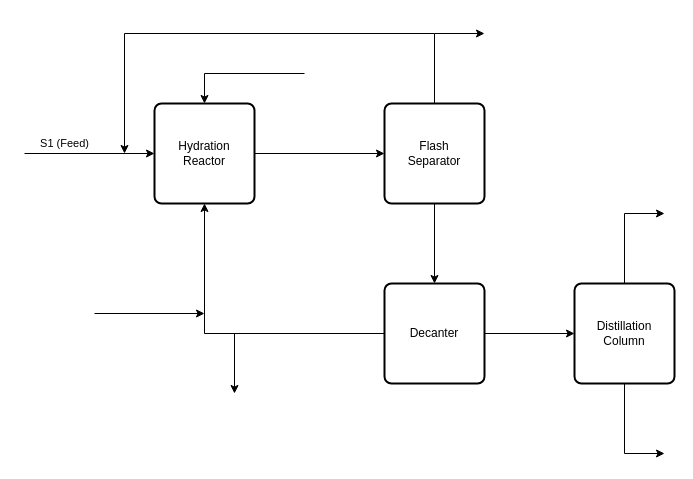
This is Untitled Diagram.drawio from MananMohnot/DesignLab1CFD, a draw.io file, before an edit. Source tidied: cells renumbered, new cells numbered last; positions are measured from the earlier drawing's top-left corner, leaving out a move shared by most shapes. Both pictures are drawn from the tidied source at 100%, with x=0, y=0 at pixel (24, 33).
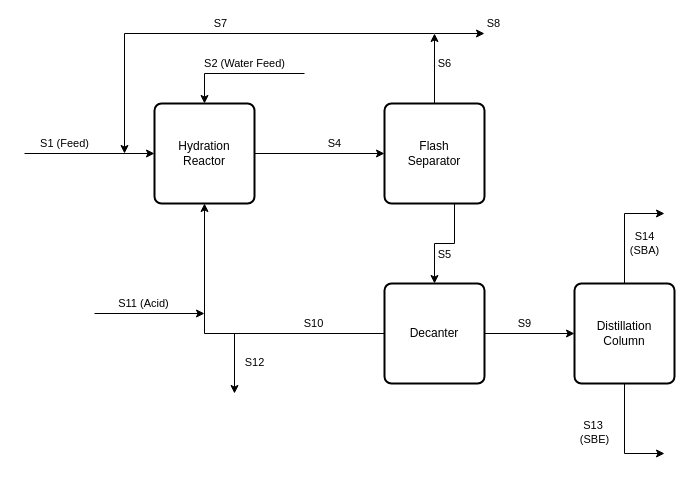
The same diagram, later.

The change refers to these unchanged cells:
```xml
<mxCell id="3" value="Hydration &lt;br&gt;Reactor" style="rounded=1;whiteSpace=wrap;html=1;absoluteArcSize=1;arcSize=14;strokeWidth=2;" parent="1" vertex="1">
  <mxGeometry x="130" y="70" width="100" height="100" as="geometry" />
</mxCell>
<mxCell id="6" value="Flash&lt;br&gt;Separator" style="rounded=1;whiteSpace=wrap;html=1;absoluteArcSize=1;arcSize=14;strokeWidth=2;" parent="1" vertex="1">
  <mxGeometry x="360" y="70" width="100" height="100" as="geometry" />
</mxCell>
<mxCell id="9" value="Decanter" style="rounded=1;whiteSpace=wrap;html=1;absoluteArcSize=1;arcSize=14;strokeWidth=2;" parent="1" vertex="1">
  <mxGeometry x="360" y="250" width="100" height="100" as="geometry" />
</mxCell>
<mxCell id="11" value="Distillation&lt;br&gt;Column" style="rounded=1;whiteSpace=wrap;html=1;absoluteArcSize=1;arcSize=14;strokeWidth=2;" parent="1" vertex="1">
  <mxGeometry x="550" y="250" width="100" height="100" as="geometry" />
</mxCell>
```

What changed in the source:
```diff
@@
-    <mxCell id="2" style="edgeStyle=orthogonalEdgeStyle;rounded=0;jettySize=auto;html=1;entryX=0;entryY=0.5;entryDx=0;entryDy=0;" parent="1" edge="1" source="3" target="6">
-      <mxGeometry relative="1" as="geometry" />
+    <mxCell id="2" value="S4" style="edgeStyle=orthogonalEdgeStyle;rounded=0;jettySize=auto;html=1;entryX=0;entryY=0.5;entryDx=0;entryDy=0;" parent="1" edge="1" source="3" target="6">
+      <mxGeometry x="0.23" y="10" relative="1" as="geometry" />
     </mxCell>
@@
-    <mxCell id="4" style="edgeStyle=orthogonalEdgeStyle;rounded=0;jettySize=auto;html=1;entryX=0.5;entryY=0;entryDx=0;entryDy=0;" parent="1" edge="1" source="6" target="9">
-      <mxGeometry relative="1" as="geometry" />
+    <mxCell id="4" value="S5" style="edgeStyle=orthogonalEdgeStyle;rounded=0;jettySize=auto;html=1;entryX=0.5;entryY=0;entryDx=0;entryDy=0;" parent="1" edge="1" source="6" target="9">
+      <mxGeometry x="0.4" y="10" relative="1" as="geometry">
+        <Array as="points">
+          <mxPoint x="430" y="210" />
+          <mxPoint x="410" y="210" />
+        </Array>
+        <mxPoint y="1" as="offset" />
+      </mxGeometry>
     </mxCell>
-    <mxCell id="5" style="edgeStyle=none;rounded=0;jettySize=auto;html=1;" parent="1" edge="1" source="6">
-      <mxGeometry relative="1" as="geometry">
+    <mxCell id="5" value="S7" style="edgeStyle=none;rounded=0;orthogonalLoop=1;jettySize=auto;html=1;" parent="1" edge="1">
+      <mxGeometry y="-10" relative="1" as="geometry">
+        <mxPoint x="410" as="sourcePoint" />
         <mxPoint x="100" y="120" as="targetPoint" />
         <Array as="points">
           <mxPoint x="410" />
           <mxPoint x="100" />
         </Array>
+        <mxPoint x="1" as="offset" />
       </mxGeometry>
     </mxCell>
+    <mxCell id="18" value="S6" style="edgeStyle=none;rounded=0;jettySize=auto;html=1;" parent="1" edge="1" source="6">
+      <mxGeometry x="0.14" y="-10" relative="1" as="geometry">
+        <mxPoint x="410" as="targetPoint" />
+      </mxGeometry>
+    </mxCell>
@@
-    <mxCell id="7" style="edgeStyle=orthogonalEdgeStyle;rounded=0;jettySize=auto;html=1;entryX=0;entryY=0.5;entryDx=0;entryDy=0;" parent="1" edge="1" source="9" target="11">
-      <mxGeometry relative="1" as="geometry" />
+    <mxCell id="7" value="S9" style="edgeStyle=orthogonalEdgeStyle;rounded=0;jettySize=auto;html=1;entryX=0;entryY=0.5;entryDx=0;entryDy=0;" parent="1" edge="1" source="9" target="11">
+      <mxGeometry x="-0.11" y="10" relative="1" as="geometry" />
     </mxCell>
-    <mxCell id="8" style="edgeStyle=none;rounded=0;jettySize=auto;html=1;entryX=0.5;entryY=1;entryDx=0;entryDy=0;" parent="1" edge="1" source="9" target="3">
-      <mxGeometry relative="1" as="geometry">
+    <mxCell id="8" value="S10" style="edgeStyle=none;rounded=0;jettySize=auto;html=1;entryX=0.5;entryY=1;entryDx=0;entryDy=0;" parent="1" edge="1" source="9" target="3">
+      <mxGeometry x="-0.55" y="-10" relative="1" as="geometry">
         <Array as="points">
           <mxPoint x="180" y="300" />
         </Array>
+        <mxPoint x="-1" as="offset" />
       </mxGeometry>
     </mxCell>
@@
-    <mxCell id="10" style="edgeStyle=none;rounded=0;jettySize=auto;html=1;" parent="1" edge="1" source="11">
-      <mxGeometry relative="1" as="geometry">
+    <mxCell id="10" value="S14 &lt;br&gt;(SBA)" style="edgeStyle=none;rounded=0;jettySize=auto;html=1;" parent="1" edge="1" source="11">
+      <mxGeometry x="-0.27" y="-20" relative="1" as="geometry">
         <mxPoint x="640" y="180" as="targetPoint" />
         <Array as="points">
           <mxPoint x="600" y="180" />
         </Array>
       </mxGeometry>
     </mxCell>
@@
-    <mxCell id="12" style="edgeStyle=none;rounded=0;orthogonalLoop=1;jettySize=auto;html=1;" parent="1" edge="1">
-      <mxGeometry relative="1" as="geometry">
+    <mxCell id="12" value="S13&amp;nbsp;&lt;br&gt;(SBE)" style="edgeStyle=none;rounded=0;orthogonalLoop=1;jettySize=auto;html=1;" parent="1" edge="1">
+      <mxGeometry x="-0.09" y="-30" relative="1" as="geometry">
         <mxPoint x="600" y="350" as="sourcePoint" />
         <mxPoint x="640" y="420" as="targetPoint" />
         <Array as="points">
           <mxPoint x="600" y="420" />
         </Array>
+        <mxPoint y="-1" as="offset" />
       </mxGeometry>
     </mxCell>
@@
-    <mxCell id="14" style="endArrow=classic;html=1;rounded=0;entryX=0.5;entryY=0;entryDx=0;entryDy=0;" parent="1" edge="1" target="3">
-      <mxGeometry relative="1" as="geometry">
+    <mxCell id="14" value="S2 (Water Feed)" style="endArrow=classic;html=1;rounded=0;entryX=0.5;entryY=0;entryDx=0;entryDy=0;" parent="1" edge="1" target="3">
+      <mxGeometry x="-0.08" y="-10" relative="1" as="geometry">
         <mxPoint x="280" y="40" as="sourcePoint" />
         <Array as="points">
           <mxPoint x="180" y="40" />
         </Array>
       </mxGeometry>
     </mxCell>
-    <mxCell id="15" style="endArrow=classic;html=1;rounded=0;" parent="1" edge="1">
-      <mxGeometry relative="1" as="geometry">
+    <mxCell id="15" value="S8" style="endArrow=classic;html=1;rounded=0;" parent="1" edge="1">
+      <mxGeometry x="1" y="14" relative="1" as="geometry">
         <mxPoint x="410" as="sourcePoint" />
         <mxPoint x="460" as="targetPoint" />
+        <mxPoint x="9" y="4" as="offset" />
       </mxGeometry>
     </mxCell>
-    <mxCell id="16" style="endArrow=classic;html=1;rounded=0;" parent="1" edge="1">
-      <mxGeometry relative="1" as="geometry">
+    <mxCell id="16" value="S11 (Acid)" style="endArrow=classic;html=1;rounded=0;" parent="1" edge="1">
+      <mxGeometry x="-0.09" y="10" relative="1" as="geometry">
         <mxPoint x="70" y="280" as="sourcePoint" />
         <mxPoint x="180" y="280" as="targetPoint" />
+        <mxPoint x="-1" as="offset" />
       </mxGeometry>
     </mxCell>
-    <mxCell id="17" style="endArrow=classic;html=1;rounded=0;" parent="1" edge="1">
-      <mxGeometry relative="1" as="geometry">
+    <mxCell id="17" value="S12" style="endArrow=classic;html=1;rounded=0;" parent="1" edge="1">
+      <mxGeometry y="20" relative="1" as="geometry">
         <mxPoint x="210" y="300" as="sourcePoint" />
         <mxPoint x="210" y="360" as="targetPoint" />
+        <mxPoint y="-1" as="offset" />
       </mxGeometry>
     </mxCell>
```
